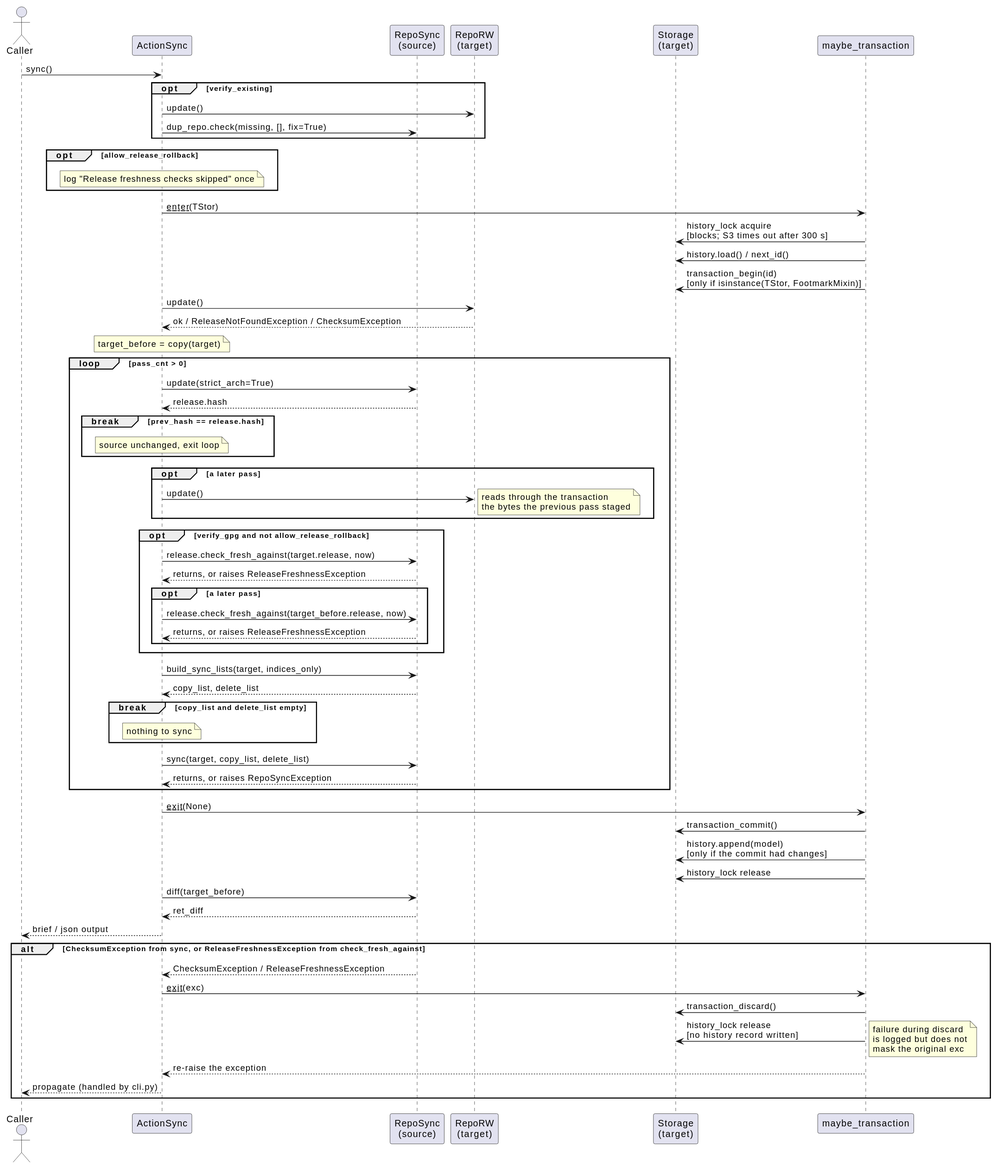
This is docs/development/diagrams/action-sync-sequence.svg from vinklat/debkit, a PlantUML export, as it was before one commit. Its source is kept beside it as docs/development/diagrams/action-sync-sequence.puml.
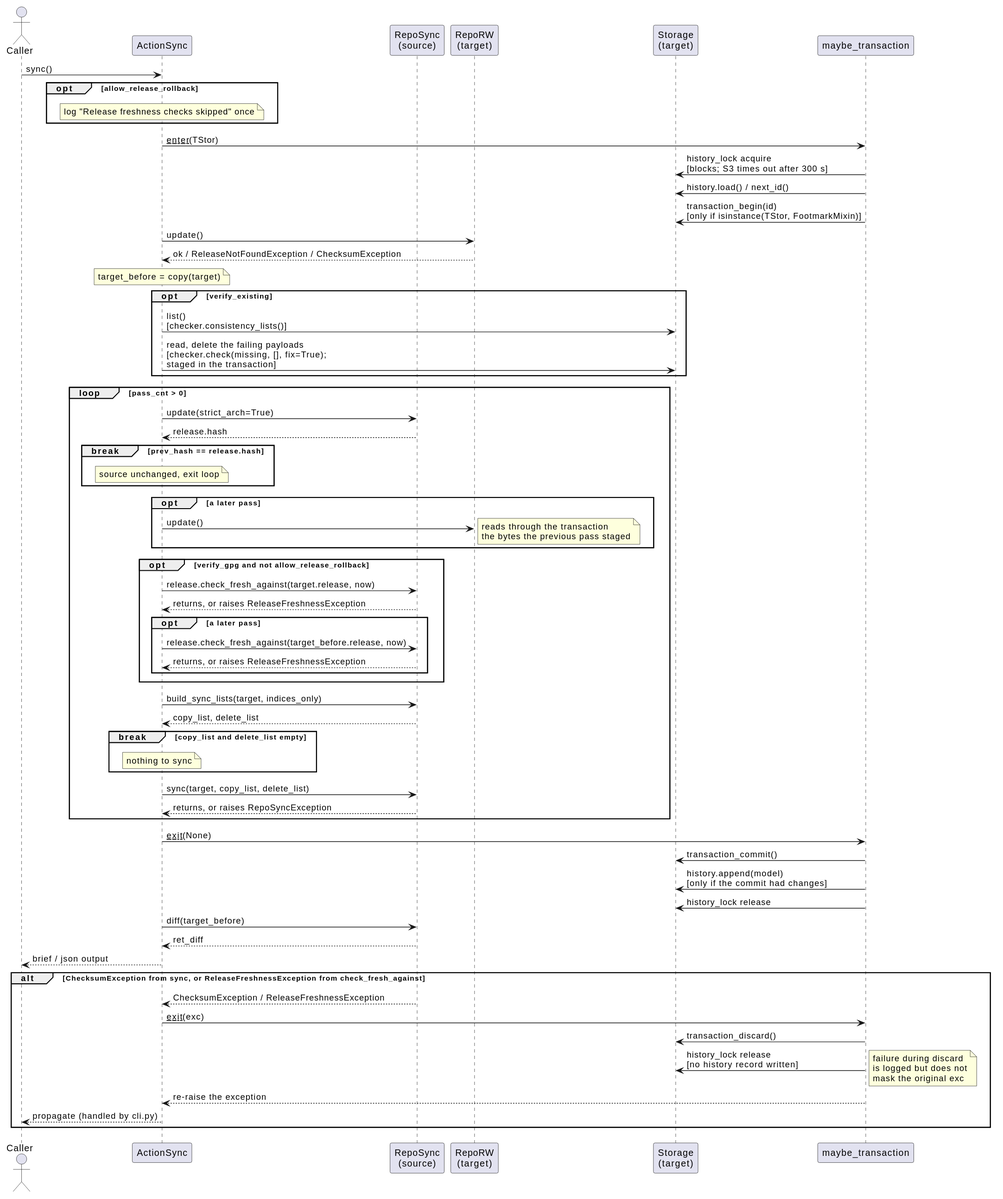
After the commit.

Commit message:
Check targets against their own indices inside a transaction

What changed in the source:
```diff
@@ -7,11 +7,6 @@
 participant "maybe_transaction" as CM
 
 Caller -> ActionSync: sync()
-
-opt verify_existing
-  ActionSync -> Tgt: update()
-  ActionSync -> Src: dup_repo.check(missing, [], fix=True)
-end
 
 opt allow_release_rollback
   note over ActionSync: log "Release freshness checks skipped" once
@@ -25,6 +20,11 @@
 ActionSync -> Tgt: update()
 Tgt --> ActionSync: ok / ReleaseNotFoundException / ChecksumException
 note over ActionSync: target_before = copy(target)
+
+opt verify_existing
+  ActionSync -> TStor: list()\n[checker.consistency_lists()]
+  ActionSync -> TStor: read, delete the failing payloads\n[checker.check(missing, [], fix=True);\nstaged in the transaction]
+end
 
 loop pass_cnt > 0
   ActionSync -> Src: update(strict_arch=True)
```
